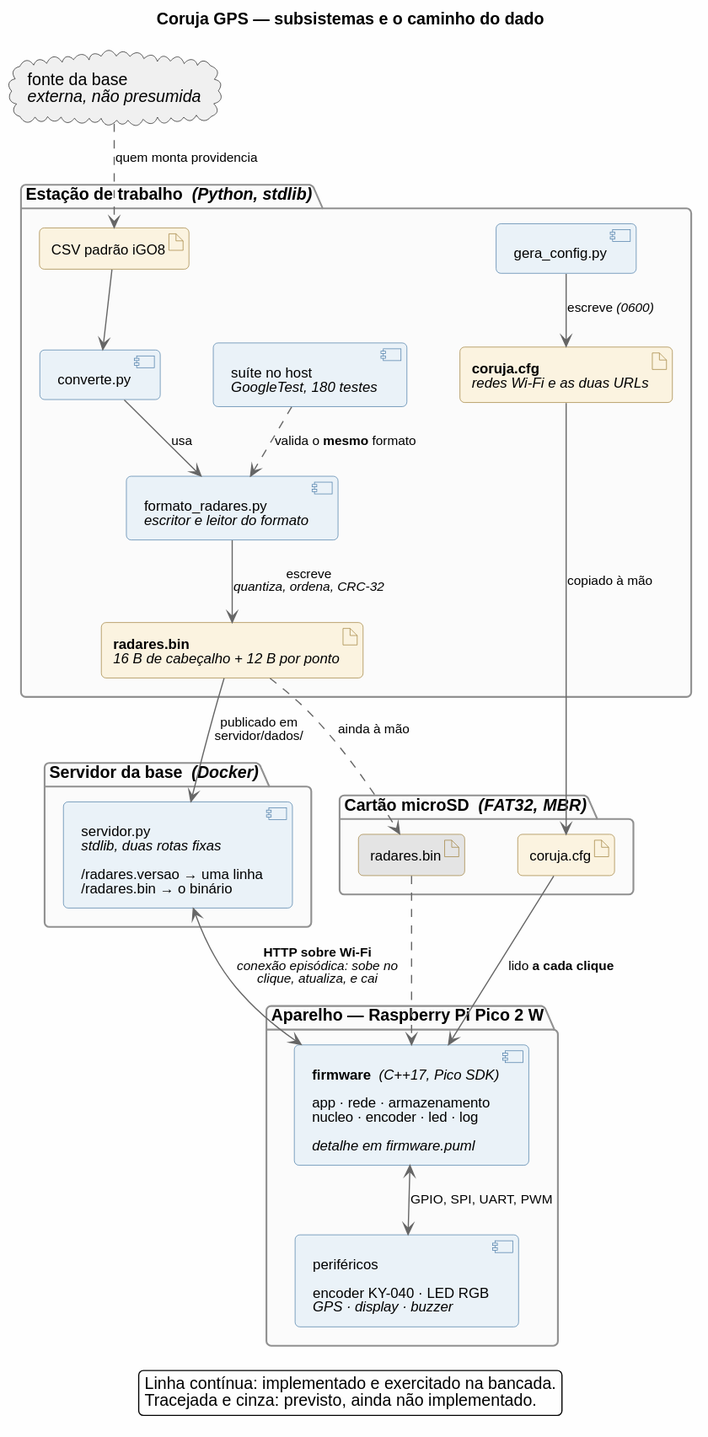
Before: docs/arquitetura.svg, a diagram exported from PlantUML (paulovitorbal/coruja_gps).
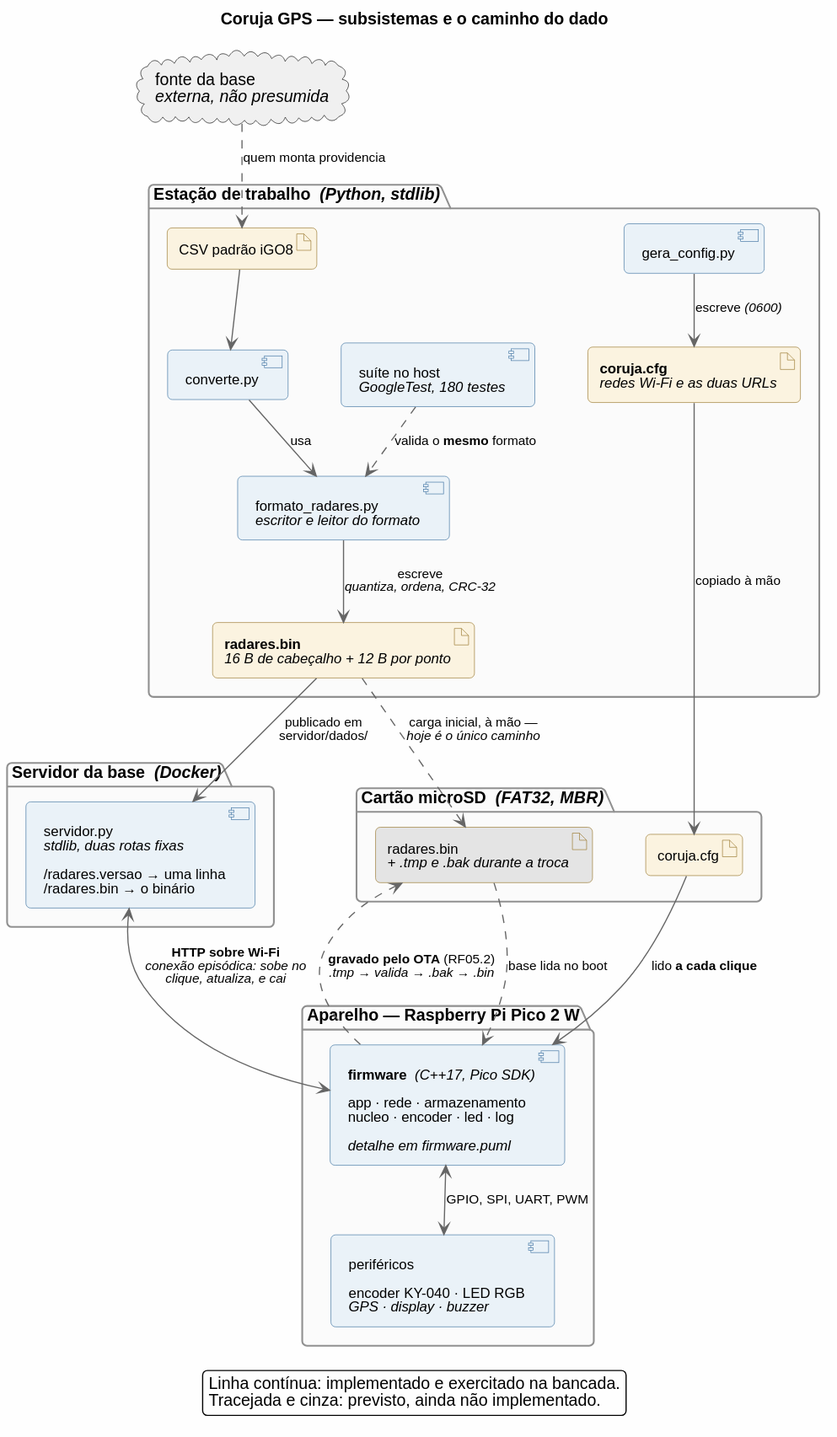
The same diagram one commit later.

Commit message:
docs: o radares.bin vai ao cartao PELO OTA, nao a mao

What changed in the source:
```diff
@@ -44,7 +44,7 @@
 
 package "Cartão microSD  //(FAT32, MBR)//" as cartao {
   artifact "coruja.cfg" as cfg_cartao
-  artifact "radares.bin" as bin_cartao #E4E4E4
+  artifact "radares.bin\n//+ .tmp e .bak durante a troca//" as bin_cartao #E4E4E4
 }
 
 package "Aparelho — Raspberry Pi Pico 2 W" as aparelho {
@@ -61,11 +61,12 @@
 
 binario --> api : publicado em\nservidor/dados/
 cfg --> cfg_cartao : copiado à mão
-binario ..> bin_cartao : ainda à mão
+binario ..> bin_cartao : carga inicial, à mão —\n//hoje é o único caminho//
 
 api <--> fw : **HTTP sobre Wi-Fi**\n//conexão episódica: sobe no//\n//clique, atualiza, e cai//
 cfg_cartao --> fw : lido **a cada clique**
-bin_cartao ..> fw
+fw ..> bin_cartao : **gravado pelo OTA** (RF05.2)\n//.tmp → valida → .bak → .bin//
+bin_cartao ..> fw : base lida no boot
 fw <--> perif : GPIO, SPI, UART, PWM
 
 legend bottom
```
